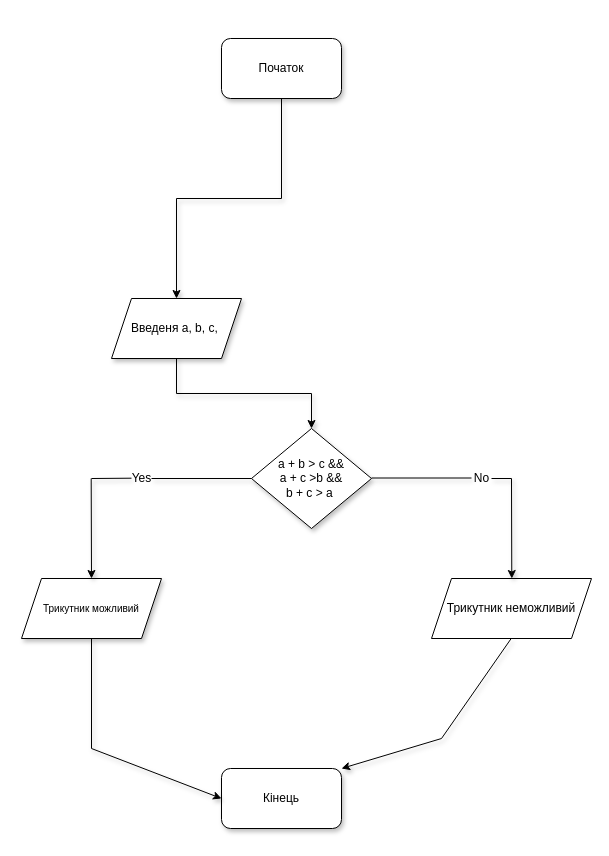
The draw.io diagram Диаграмма без названия.drawio in Ivan123Ukr/-1, before the edit. Source tidied: cells renumbered, new cells numbered last; positions are measured from the earlier drawing's top-left corner, leaving out a move shared by most shapes. Both pictures are drawn from the tidied source at 100%, with x=0, y=0 at pixel (21, 38).
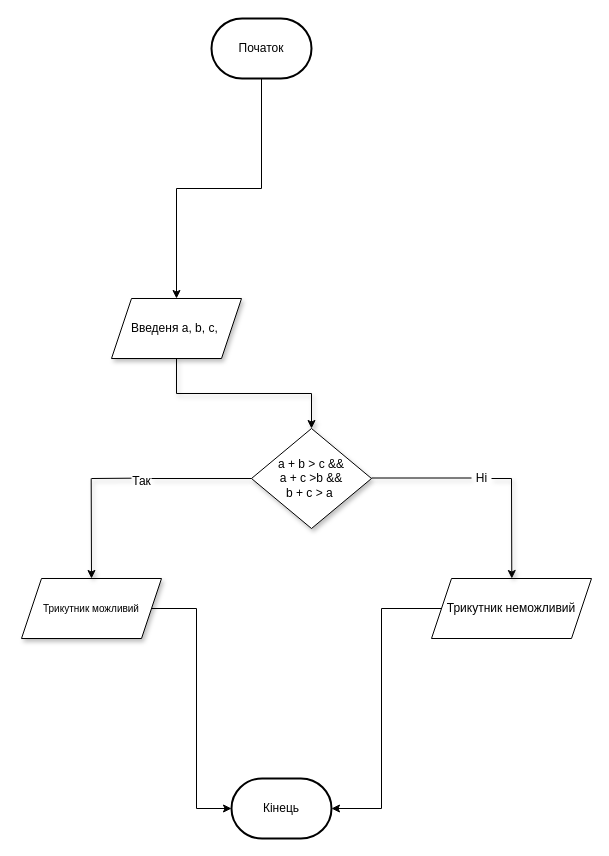
Above is the later version.

The change refers to these unchanged cells:
```xml
<mxCell id="5" value="Введеня a, b, c,&amp;nbsp;" style="shape=parallelogram;perimeter=parallelogramPerimeter;whiteSpace=wrap;html=1;fixedSize=1;shadow=1;" parent="1" vertex="1">
  <mxGeometry x="90" y="260" width="130" height="60" as="geometry" />
</mxCell>
<mxCell id="13" value="&lt;font size=&quot;1&quot;&gt;Трикутник можливий&lt;/font&gt;" style="shape=parallelogram;perimeter=parallelogramPerimeter;whiteSpace=wrap;html=1;fixedSize=1;shadow=1;" parent="1" vertex="1">
  <mxGeometry y="540" width="140" height="60" as="geometry" />
</mxCell>
<mxCell id="14" value="Трикутник неможливий" style="shape=parallelogram;perimeter=parallelogramPerimeter;whiteSpace=wrap;html=1;fixedSize=1;shadow=0;" parent="1" vertex="1">
  <mxGeometry x="410" y="540" width="160" height="60" as="geometry" />
</mxCell>
```

What changed in the source:
```diff
@@
-    <mxCell id="2" style="edgeStyle=orthogonalEdgeStyle;rounded=0;jettySize=auto;html=1;exitX=0.5;exitY=1;exitDx=0;exitDy=0;entryX=0.5;entryY=0;entryDx=0;entryDy=0;shadow=1;" parent="1" edge="1" source="3" target="5">
-      <mxGeometry relative="1" as="geometry" />
-    </mxCell>
-    <mxCell id="3" value="Початок" style="rounded=1;whiteSpace=wrap;html=1;shadow=1;" parent="1" vertex="1">
-      <mxGeometry x="200" width="120" height="60" as="geometry" />
-    </mxCell>
@@
-    <mxCell id="9" value="Yes" style="text;html=1;align=center;verticalAlign=middle;strokeColor=none;fillColor=none;shadow=1;" parent="1" vertex="1">
-      <mxGeometry x="100" y="425" width="40" height="30" as="geometry" />
-    </mxCell>
-    <mxCell id="10" value="No" style="text;html=1;align=center;verticalAlign=middle;strokeColor=none;fillColor=none;shadow=1;" parent="1" vertex="1">
-      <mxGeometry x="440" y="425" width="40" height="30" as="geometry" />
+    <mxCell id="10" value="Ні" style="text;html=1;align=center;verticalAlign=middle;strokeColor=none;fillColor=none;shadow=1;" parent="1" vertex="1">
+      <mxGeometry x="445" y="425" width="30" height="30" as="geometry" />
     </mxCell>
@@
+    <mxCell id="2" style="edgeStyle=orthogonalEdgeStyle;rounded=0;jettySize=auto;html=1;" parent="1" edge="1" source="3" target="5">
+      <mxGeometry relative="1" as="geometry" />
+    </mxCell>
+    <mxCell id="3" value="Початок" style="strokeWidth=2;html=1;shape=mxgraph.flowchart.terminator;whiteSpace=wrap;" parent="1" vertex="1">
+      <mxGeometry x="190" y="-20" width="100" height="60" as="geometry" />
+    </mxCell>
+    <mxCell id="20" value="Так" style="text;html=1;align=center;verticalAlign=middle;strokeColor=none;fillColor=none;" parent="1" vertex="1">
+      <mxGeometry x="100" y="428" width="40" height="30" as="geometry" />
+    </mxCell>
-    <mxCell id="17" value="Кінець" style="rounded=1;whiteSpace=wrap;html=1;shadow=1;" parent="1" vertex="1">
-      <mxGeometry x="200" y="730" width="120" height="60" as="geometry" />
+    <mxCell id="17" value="Кінець" style="strokeWidth=2;html=1;shape=mxgraph.flowchart.terminator;whiteSpace=wrap;" parent="1" vertex="1">
+      <mxGeometry x="210" y="740" width="100" height="60" as="geometry" />
     </mxCell>
-    <mxCell id="18" style="endArrow=classic;html=1;rounded=0;exitX=0.5;exitY=1;exitDx=0;exitDy=0;entryX=0;entryY=0.5;entryDx=0;entryDy=0;shadow=1;" parent="1" edge="1" source="13" target="17">
-      <mxGeometry relative="1" as="geometry">
-        <Array as="points">
-          <mxPoint x="70" y="710" />
-        </Array>
-      </mxGeometry>
+    <mxCell id="18" style="edgeStyle=orthogonalEdgeStyle;rounded=0;jettySize=auto;html=1;entryX=0;entryY=0.5;entryDx=0;entryDy=0;entryPerimeter=0;" parent="1" edge="1" source="13" target="17">
+      <mxGeometry relative="1" as="geometry" />
     </mxCell>
-    <mxCell id="19" style="endArrow=classic;html=1;rounded=0;entryX=1;entryY=0;entryDx=0;entryDy=0;shadow=1;" parent="1" edge="1" target="17">
-      <mxGeometry relative="1" as="geometry">
-        <mxPoint x="489.7" y="600" as="sourcePoint" />
-        <Array as="points">
-          <mxPoint x="420" y="700" />
-        </Array>
-      </mxGeometry>
-    </mxCell>
+    <mxCell id="21" style="edgeStyle=orthogonalEdgeStyle;rounded=0;jettySize=auto;html=1;entryX=1;entryY=0.5;entryDx=0;entryDy=0;entryPerimeter=0;" parent="1" edge="1" source="14" target="17">
+      <mxGeometry relative="1" as="geometry" />
+    </mxCell>
```
